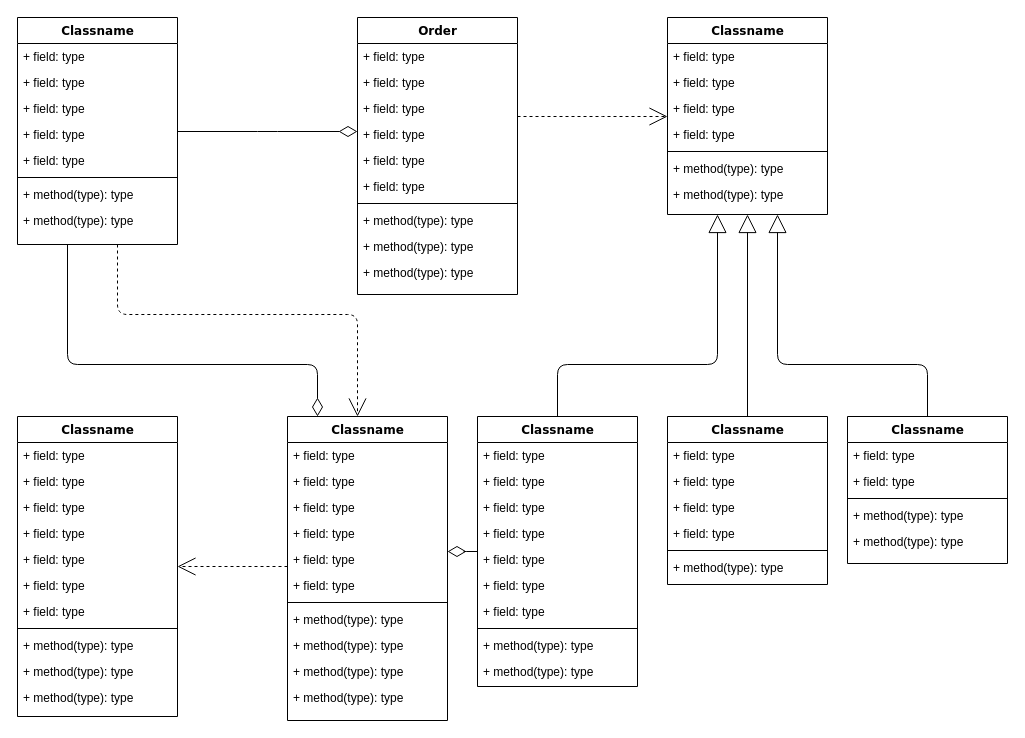
This is Class diagram base.drawio from AhmedElamari/Software-design-saved, a draw.io file, before an edit. Source tidied: cells renumbered, new cells numbered last; positions are measured from the earlier drawing's top-left corner, leaving out a move shared by most shapes. Both pictures are drawn from the tidied source at 100%, with x=0, y=0 at pixel (17, 17).
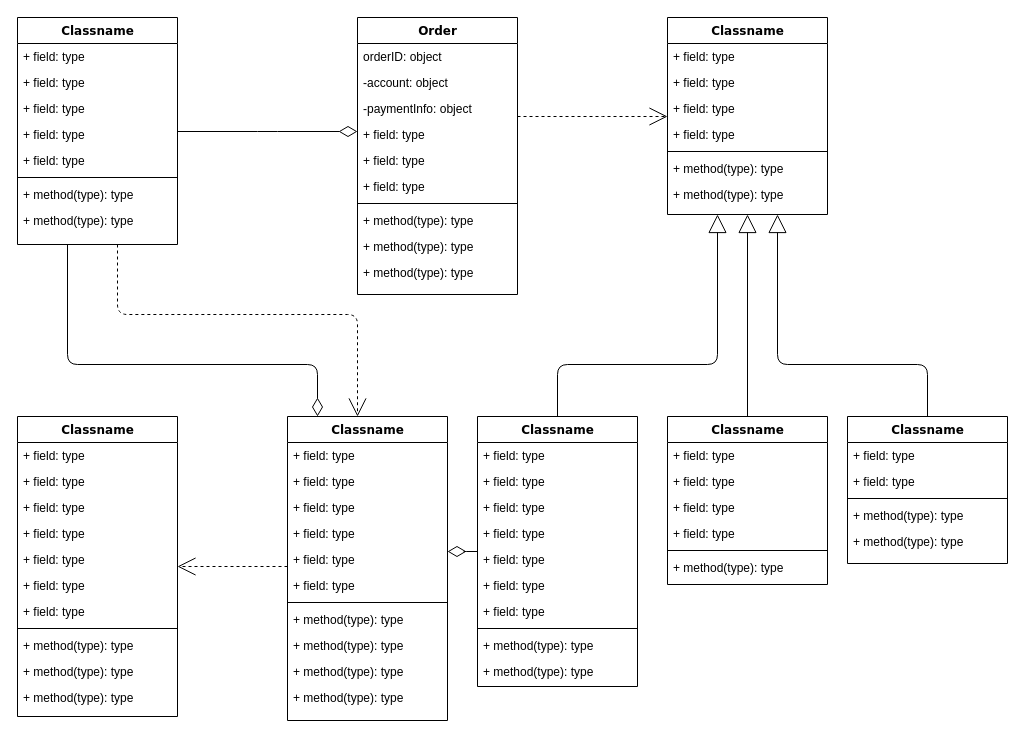
Above is the later version.

Unchanged cells that the change refers to:
```xml
<mxCell id="14" value="Order" style="swimlane;html=1;fontStyle=1;align=center;verticalAlign=top;horizontal=1;startSize=26;swimlaneFillColor=#ffffff;rounded=0;shadow=0;comic=0;labelBackgroundColor=none;strokeWidth=1;fillColor=none;fontFamily=Verdana;fontSize=12;" parent="1" vertex="1">
  <mxGeometry x="340" width="160" height="277" as="geometry" />
</mxCell>
```

Diff of the diagram source:
```diff
@@
-    <mxCell id="15" value="+ field: type" style="text;html=1;strokeColor=none;fillColor=none;align=left;verticalAlign=top;spacingLeft=4;spacingRight=4;whiteSpace=wrap;overflow=hidden;" parent="14" vertex="1">
+    <mxCell id="15" value="orderID: object" style="text;html=1;strokeColor=none;fillColor=none;align=left;verticalAlign=top;spacingLeft=4;spacingRight=4;whiteSpace=wrap;overflow=hidden;" parent="14" vertex="1">
       <mxGeometry y="26" width="160" height="26" as="geometry" />
     </mxCell>
-    <mxCell id="16" value="+ field: type" style="text;html=1;strokeColor=none;fillColor=none;align=left;verticalAlign=top;spacingLeft=4;spacingRight=4;whiteSpace=wrap;overflow=hidden;" parent="14" vertex="1">
+    <mxCell id="16" value="-account: object" style="text;html=1;strokeColor=none;fillColor=none;align=left;verticalAlign=top;spacingLeft=4;spacingRight=4;whiteSpace=wrap;overflow=hidden;" parent="14" vertex="1">
       <mxGeometry y="52" width="160" height="26" as="geometry" />
     </mxCell>
-    <mxCell id="17" value="+ field: type" style="text;html=1;strokeColor=none;fillColor=none;align=left;verticalAlign=top;spacingLeft=4;spacingRight=4;whiteSpace=wrap;overflow=hidden;" parent="14" vertex="1">
+    <mxCell id="17" value="-paymentInfo: object" style="text;html=1;strokeColor=none;fillColor=none;align=left;verticalAlign=top;spacingLeft=4;spacingRight=4;whiteSpace=wrap;overflow=hidden;" parent="14" vertex="1">
       <mxGeometry y="78" width="160" height="26" as="geometry" />
     </mxCell>
```
